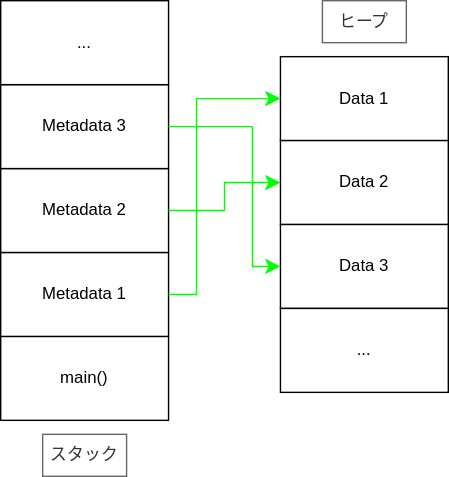
Above: src/svg/chapter4/heap.drawio.svg in taku-n/scribbling-rust (draw.io), before the change. Source tidied: cells renumbered, new cells last; positions are measured from the earlier drawing's top-left corner, leaving out a move shared by most shapes. Its diagram source:
```xml
<mxGraphModel>
  <root>
    <mxCell id="0" />
    <mxCell id="1" parent="0" />
    <mxCell id="2" value="main()" style="rounded=0;whiteSpace=wrap;html=1;" parent="1" vertex="1">
      <mxGeometry y="240" width="120" height="60" as="geometry" />
    </mxCell>
    <mxCell id="3" value="Metadata 1" style="rounded=0;whiteSpace=wrap;html=1;" parent="1" vertex="1">
      <mxGeometry y="180" width="120" height="60" as="geometry" />
    </mxCell>
    <mxCell id="4" value="Metadata 2" style="rounded=0;whiteSpace=wrap;html=1;" parent="1" vertex="1">
      <mxGeometry y="120" width="120" height="60" as="geometry" />
    </mxCell>
    <mxCell id="5" value="Metadata 3" style="rounded=0;whiteSpace=wrap;html=1;" parent="1" vertex="1">
      <mxGeometry y="60" width="120" height="60" as="geometry" />
    </mxCell>
    <mxCell id="6" value="..." style="rounded=0;whiteSpace=wrap;html=1;" parent="1" vertex="1">
      <mxGeometry width="120" height="60" as="geometry" />
    </mxCell>
    <mxCell id="7" value="Data 1" style="rounded=0;whiteSpace=wrap;html=1;" parent="1" vertex="1">
      <mxGeometry x="200" y="40" width="120" height="60" as="geometry" />
    </mxCell>
    <mxCell id="8" value="スタック" style="text;html=1;align=center;verticalAlign=middle;whiteSpace=wrap;rounded=0;fillColor=#FFFFFF;strokeColor=#666666;fontColor=#333333;" parent="1" vertex="1">
      <mxGeometry x="30" y="310" width="60" height="30" as="geometry" />
    </mxCell>
    <mxCell id="9" value="ヒープ" style="text;html=1;align=center;verticalAlign=middle;whiteSpace=wrap;rounded=0;fillColor=#FFFFFF;strokeColor=#666666;fontColor=#333333;" parent="1" vertex="1">
      <mxGeometry x="230" width="60" height="30" as="geometry" />
    </mxCell>
    <mxCell id="10" style="edgeStyle=elbowEdgeStyle;elbow=horizontal;endArrow=classic;html=1;curved=0;rounded=0;endSize=8;startSize=8;exitX=1;exitY=0.5;exitDx=0;exitDy=0;entryX=0;entryY=0.5;entryDx=0;entryDy=0;fillColor=#f5f5f5;strokeColor=#00FF00;" parent="1" edge="1" source="3" target="7">
      <mxGeometry relative="1" as="geometry">
        <Array as="points">
          <mxPoint x="140" y="190" />
        </Array>
      </mxGeometry>
    </mxCell>
    <mxCell id="11" value="Data 2" style="rounded=0;whiteSpace=wrap;html=1;" parent="1" vertex="1">
      <mxGeometry x="200" y="100" width="120" height="60" as="geometry" />
    </mxCell>
    <mxCell id="12" value="Data 3" style="rounded=0;whiteSpace=wrap;html=1;" parent="1" vertex="1">
      <mxGeometry x="200" y="160" width="120" height="60" as="geometry" />
    </mxCell>
    <mxCell id="13" style="edgeStyle=elbowEdgeStyle;elbow=horizontal;endArrow=classic;html=1;curved=0;rounded=0;endSize=8;startSize=8;exitX=1;exitY=0.5;exitDx=0;exitDy=0;entryX=0;entryY=0.5;entryDx=0;entryDy=0;strokeColor=#00FF00;" parent="1" edge="1" source="4" target="11">
      <mxGeometry relative="1" as="geometry" />
    </mxCell>
    <mxCell id="14" style="edgeStyle=elbowEdgeStyle;elbow=horizontal;endArrow=classic;html=1;curved=0;rounded=0;endSize=8;startSize=8;exitX=1;exitY=0.5;exitDx=0;exitDy=0;entryX=0;entryY=0.5;entryDx=0;entryDy=0;strokeColor=#00FF00;" parent="1" edge="1" source="5" target="12">
      <mxGeometry relative="1" as="geometry">
        <Array as="points">
          <mxPoint x="180" y="120" />
        </Array>
      </mxGeometry>
    </mxCell>
    <mxCell id="15" value="..." style="rounded=0;whiteSpace=wrap;html=1;" parent="1" vertex="1">
      <mxGeometry x="200" y="220" width="120" height="60" as="geometry" />
    </mxCell>
  </root>
</mxGraphModel>
```
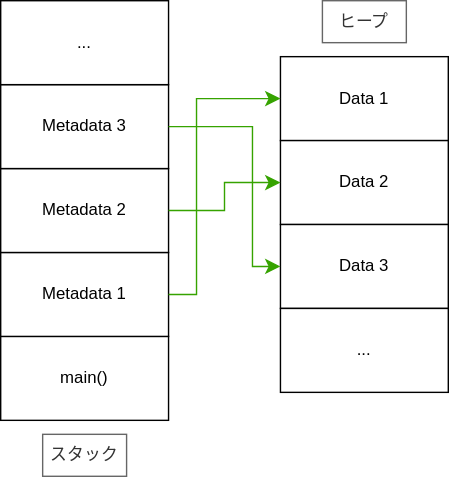
After the commit.

What changed in the source:
```diff
@@ -26,7 +26,7 @@
     <mxCell id="9" value="ヒープ" style="text;html=1;align=center;verticalAlign=middle;whiteSpace=wrap;rounded=0;fillColor=#FFFFFF;strokeColor=#666666;fontColor=#333333;" parent="1" vertex="1">
       <mxGeometry x="230" width="60" height="30" as="geometry" />
     </mxCell>
-    <mxCell id="10" style="edgeStyle=elbowEdgeStyle;elbow=horizontal;endArrow=classic;html=1;curved=0;rounded=0;endSize=8;startSize=8;exitX=1;exitY=0.5;exitDx=0;exitDy=0;entryX=0;entryY=0.5;entryDx=0;entryDy=0;fillColor=#f5f5f5;strokeColor=#00FF00;" parent="1" edge="1" source="3" target="7">
+    <mxCell id="10" style="edgeStyle=elbowEdgeStyle;elbow=horizontal;endArrow=classic;html=1;curved=0;rounded=0;endSize=8;startSize=8;exitX=1;exitY=0.5;exitDx=0;exitDy=0;entryX=0;entryY=0.5;entryDx=0;entryDy=0;fillColor=#f5f5f5;strokeColor=#36A300;" parent="1" edge="1" source="3" target="7">
       <mxGeometry relative="1" as="geometry">
         <Array as="points">
           <mxPoint x="140" y="190" />
@@ -39,10 +39,10 @@
     <mxCell id="12" value="Data 3" style="rounded=0;whiteSpace=wrap;html=1;" parent="1" vertex="1">
       <mxGeometry x="200" y="160" width="120" height="60" as="geometry" />
     </mxCell>
-    <mxCell id="13" style="edgeStyle=elbowEdgeStyle;elbow=horizontal;endArrow=classic;html=1;curved=0;rounded=0;endSize=8;startSize=8;exitX=1;exitY=0.5;exitDx=0;exitDy=0;entryX=0;entryY=0.5;entryDx=0;entryDy=0;strokeColor=#00FF00;" parent="1" edge="1" source="4" target="11">
+    <mxCell id="13" style="edgeStyle=elbowEdgeStyle;elbow=horizontal;endArrow=classic;html=1;curved=0;rounded=0;endSize=8;startSize=8;exitX=1;exitY=0.5;exitDx=0;exitDy=0;entryX=0;entryY=0.5;entryDx=0;entryDy=0;strokeColor=#36A300;" parent="1" edge="1" source="4" target="11">
       <mxGeometry relative="1" as="geometry" />
     </mxCell>
-    <mxCell id="14" style="edgeStyle=elbowEdgeStyle;elbow=horizontal;endArrow=classic;html=1;curved=0;rounded=0;endSize=8;startSize=8;exitX=1;exitY=0.5;exitDx=0;exitDy=0;entryX=0;entryY=0.5;entryDx=0;entryDy=0;strokeColor=#00FF00;" parent="1" edge="1" source="5" target="12">
+    <mxCell id="14" style="edgeStyle=elbowEdgeStyle;elbow=horizontal;endArrow=classic;html=1;curved=0;rounded=0;endSize=8;startSize=8;exitX=1;exitY=0.5;exitDx=0;exitDy=0;entryX=0;entryY=0.5;entryDx=0;entryDy=0;strokeColor=#36A300;" parent="1" edge="1" source="5" target="12">
       <mxGeometry relative="1" as="geometry">
         <Array as="points">
           <mxPoint x="180" y="120" />
```
